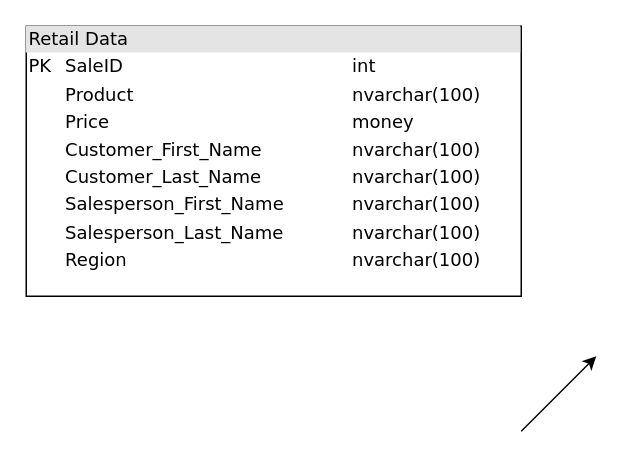
ConnorGaskill/UML keeps this draw.io diagram as page "1NF" (1 of 2) of Week 2 Lab 2.drawio. Above is the earlier version. Source tidied: cells renumbered, new cells numbered last; positions are measured from the earlier drawing's top-left corner, leaving out a move shared by most shapes. Both pictures are drawn from the tidied source at 150%, with x=0, y=0 at pixel (26, 26).
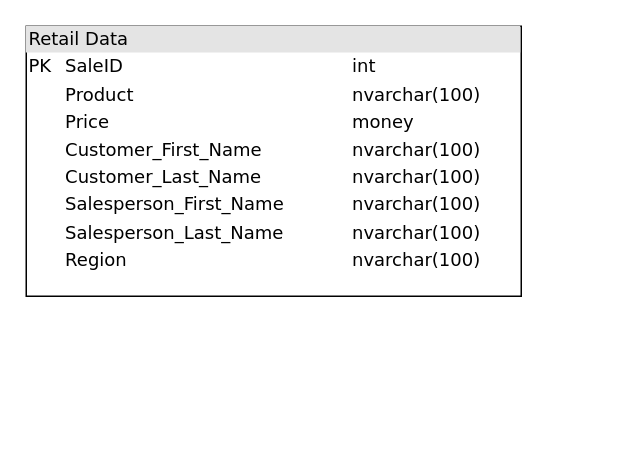
Above is the later version.

What changed in the source:
```diff
@@
 <mxGraphModel>
   <root>
     <mxCell id="0" />
     <mxCell id="1" parent="0" />
     <mxCell id="2" value="&lt;div style=&quot;box-sizing: border-box; width: 100%; background: rgb(228, 228, 228); padding: 2px;&quot;&gt;Retail Data&lt;/div&gt;&lt;table style=&quot;width: 100% ; font-size: 1em&quot; cellpadding=&quot;2&quot; cellspacing=&quot;0&quot;&gt;&lt;tbody&gt;&lt;tr&gt;&lt;td&gt;PK&lt;/td&gt;&lt;td&gt;SaleID&lt;/td&gt;&lt;td&gt;int&lt;/td&gt;&lt;/tr&gt;&lt;tr&gt;&lt;td&gt;&lt;br&gt;&lt;/td&gt;&lt;td&gt;Product&lt;/td&gt;&lt;td&gt;nvarchar(100)&lt;/td&gt;&lt;/tr&gt;&lt;tr&gt;&lt;td&gt;&lt;/td&gt;&lt;td&gt;Price&lt;/td&gt;&lt;td&gt;money&lt;/td&gt;&lt;/tr&gt;&lt;tr&gt;&lt;td&gt;&lt;br&gt;&lt;/td&gt;&lt;td&gt;Customer_First_Name&lt;/td&gt;&lt;td&gt;nvarchar(100)&lt;/td&gt;&lt;/tr&gt;&lt;tr&gt;&lt;td&gt;&lt;br&gt;&lt;/td&gt;&lt;td&gt;Customer_Last_Name&lt;/td&gt;&lt;td&gt;nvarchar(100)&lt;/td&gt;&lt;/tr&gt;&lt;tr&gt;&lt;td&gt;&lt;br&gt;&lt;/td&gt;&lt;td&gt;Salesperson_First_Name&lt;/td&gt;&lt;td&gt;nvarchar(100)&lt;/td&gt;&lt;/tr&gt;&lt;tr&gt;&lt;td&gt;&lt;br&gt;&lt;/td&gt;&lt;td&gt;Salesperson_Last_Name&lt;br&gt;&lt;/td&gt;&lt;td&gt;nvarchar(100)&lt;/td&gt;&lt;/tr&gt;&lt;tr&gt;&lt;td&gt;&lt;br&gt;&lt;/td&gt;&lt;td&gt;Region&lt;br&gt;&lt;/td&gt;&lt;td&gt;nvarchar(100)&lt;/td&gt;&lt;/tr&gt;&lt;/tbody&gt;&lt;/table&gt;" style="verticalAlign=top;align=left;overflow=fill;html=1;rounded=0;shadow=0;comic=0;labelBackgroundColor=none;strokeWidth=1;fontFamily=Verdana;fontSize=12;" parent="1" vertex="1">
       <mxGeometry width="330" height="180" as="geometry" />
     </mxCell>
-    <mxCell id="3" style="endArrow=classic;html=1;rounded=0;" parent="1" edge="1">
-      <mxGeometry relative="1" as="geometry">
-        <mxPoint x="330" y="270" as="sourcePoint" />
-        <mxPoint x="380" y="220" as="targetPoint" />
-      </mxGeometry>
-    </mxCell>
   </root>
 </mxGraphModel>
```
